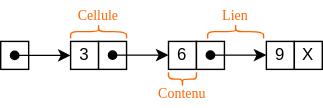
Before: prog/prog/images/listes/liste_terminologie.svg, a diagram exported from draw.io (diu-uf-bordeaux/bloc4). Source tidied: cells renumbered, new cells last; positions are measured from the earlier drawing's top-left corner, leaving out a move shared by most shapes. Its diagram source:
```xml
<mxGraphModel>
  <root>
    <mxCell id="0" />
    <mxCell id="1" parent="0" />
    <mxCell id="2" style="rounded=0;whiteSpace=wrap;html=1;align=center;" parent="1" vertex="1">
      <mxGeometry y="29" width="20" height="20" as="geometry" />
    </mxCell>
    <mxCell id="3" value="3" style="rounded=0;whiteSpace=wrap;html=1;align=center;" parent="1" vertex="1">
      <mxGeometry x="50" y="29" width="20" height="20" as="geometry" />
    </mxCell>
    <mxCell id="4" style="rounded=0;whiteSpace=wrap;html=1;align=center;" parent="1" vertex="1">
      <mxGeometry x="70" y="29" width="20" height="20" as="geometry" />
    </mxCell>
    <mxCell id="5" value="6" style="rounded=0;whiteSpace=wrap;html=1;align=center;" parent="1" vertex="1">
      <mxGeometry x="120" y="29" width="20" height="20" as="geometry" />
    </mxCell>
    <mxCell id="6" style="rounded=0;whiteSpace=wrap;html=1;align=center;" parent="1" vertex="1">
      <mxGeometry x="140" y="29" width="20" height="20" as="geometry" />
    </mxCell>
    <mxCell id="7" style="endArrow=classic;html=1;startArrow=oval;startFill=1;" parent="1" edge="1" target="3">
      <mxGeometry relative="1" as="geometry">
        <mxPoint x="10" y="39" as="sourcePoint" />
      </mxGeometry>
    </mxCell>
    <mxCell id="8" style="endArrow=classic;html=1;startArrow=oval;startFill=1;" parent="1" edge="1">
      <mxGeometry relative="1" as="geometry">
        <mxPoint x="80" y="38.8" as="sourcePoint" />
        <mxPoint x="120" y="38.8" as="targetPoint" />
      </mxGeometry>
    </mxCell>
    <mxCell id="9" value="9" style="rounded=0;whiteSpace=wrap;html=1;align=center;" parent="1" vertex="1">
      <mxGeometry x="190" y="29" width="20" height="20" as="geometry" />
    </mxCell>
    <mxCell id="10" value="X" style="rounded=0;whiteSpace=wrap;html=1;align=center;" parent="1" vertex="1">
      <mxGeometry x="210" y="29" width="20" height="20" as="geometry" />
    </mxCell>
    <mxCell id="11" style="endArrow=classic;html=1;startArrow=oval;startFill=1;" parent="1" edge="1">
      <mxGeometry relative="1" as="geometry">
        <mxPoint x="150" y="38.8" as="sourcePoint" />
        <mxPoint x="190" y="38.8" as="targetPoint" />
      </mxGeometry>
    </mxCell>
    <mxCell id="12" value="Cellule" style="text;html=1;strokeColor=none;fillColor=none;align=center;verticalAlign=middle;whiteSpace=wrap;rounded=0;fontColor=#ff6600;fontStyle=0;fontFamily=Source Sans Pro;FType=g;fontSize=10;" parent="1" vertex="1">
      <mxGeometry x="50" width="40" height="20" as="geometry" />
    </mxCell>
    <mxCell id="13" style="shape=curlyBracket;whiteSpace=wrap;html=1;rounded=1;fontColor=#FF6600;rotation=90;size=0.5;strokeColor=#FF6600;" parent="1" vertex="1">
      <mxGeometry x="65" y="2" width="10" height="40" as="geometry" />
    </mxCell>
    <mxCell id="14" style="shape=curlyBracket;whiteSpace=wrap;html=1;rounded=1;fontColor=#FF6600;rotation=-90;size=0.5;strokeColor=#FF6600;" parent="1" vertex="1">
      <mxGeometry x="125" y="46" width="10" height="20" as="geometry" />
    </mxCell>
    <mxCell id="15" value="Contenu" style="text;html=1;strokeColor=none;fillColor=none;align=center;verticalAlign=middle;whiteSpace=wrap;rounded=0;fontColor=#ff6600;fontStyle=0;fontFamily=Source Sans Pro;FType=g;fontSize=10;" parent="1" vertex="1">
      <mxGeometry x="110" y="56" width="40" height="20" as="geometry" />
    </mxCell>
    <mxCell id="16" style="shape=curlyBracket;whiteSpace=wrap;html=1;rounded=1;fontColor=#FF6600;rotation=90;size=0.5;strokeColor=#FF6600;" parent="1" vertex="1">
      <mxGeometry x="163" y="2" width="10" height="40" as="geometry" />
    </mxCell>
    <mxCell id="17" value="Lien" style="text;html=1;strokeColor=none;fillColor=none;align=center;verticalAlign=middle;whiteSpace=wrap;rounded=0;fontColor=#ff6600;fontStyle=0;fontFamily=Source Sans Pro;FType=g;fontSize=10;" parent="1" vertex="1">
      <mxGeometry x="148" width="40" height="20" as="geometry" />
    </mxCell>
  </root>
</mxGraphModel>
```
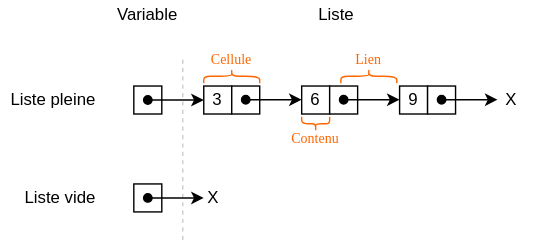
After the commit.

The edit, as a diff of the source:
```diff
@@ -31,7 +31,7 @@
     <mxCell id="9" value="9" style="rounded=0;whiteSpace=wrap;html=1;align=center;" parent="1" vertex="1">
       <mxGeometry x="190" y="29" width="20" height="20" as="geometry" />
     </mxCell>
-    <mxCell id="10" value="X" style="rounded=0;whiteSpace=wrap;html=1;align=center;" parent="1" vertex="1">
+    <mxCell id="10" style="rounded=0;whiteSpace=wrap;html=1;align=center;" parent="1" vertex="1">
       <mxGeometry x="210" y="29" width="20" height="20" as="geometry" />
     </mxCell>
     <mxCell id="11" style="endArrow=classic;html=1;startArrow=oval;startFill=1;" parent="1" edge="1">
@@ -58,5 +58,44 @@
     <mxCell id="17" value="Lien" style="text;html=1;strokeColor=none;fillColor=none;align=center;verticalAlign=middle;whiteSpace=wrap;rounded=0;fontColor=#ff6600;fontStyle=0;fontFamily=Source Sans Pro;FType=g;fontSize=10;" parent="1" vertex="1">
       <mxGeometry x="148" width="40" height="20" as="geometry" />
     </mxCell>
+    <mxCell id="18" value="Variable" style="text;html=1;strokeColor=none;fillColor=none;align=center;verticalAlign=middle;whiteSpace=wrap;rounded=0;" parent="1" vertex="1">
+      <mxGeometry x="-25" y="-32" width="70" height="20" as="geometry" />
+    </mxCell>
+    <mxCell id="19" style="rounded=0;whiteSpace=wrap;html=1;align=center;" parent="1" vertex="1">
+      <mxGeometry y="99" width="20" height="20" as="geometry" />
+    </mxCell>
+    <mxCell id="20" style="endArrow=classic;html=1;startArrow=oval;startFill=1;" parent="1" edge="1">
+      <mxGeometry relative="1" as="geometry">
+        <mxPoint x="10" y="109" as="sourcePoint" />
+        <mxPoint x="50" y="109" as="targetPoint" />
+      </mxGeometry>
+    </mxCell>
+    <mxCell id="21" value="X" style="text;html=1;strokeColor=none;fillColor=none;align=left;verticalAlign=middle;whiteSpace=wrap;rounded=0;" parent="1" vertex="1">
+      <mxGeometry x="51" y="99" width="40" height="20" as="geometry" />
+    </mxCell>
+    <mxCell id="22" style="endArrow=classic;html=1;startArrow=oval;startFill=1;" parent="1" edge="1">
+      <mxGeometry relative="1" as="geometry">
+        <mxPoint x="220" y="38.8" as="sourcePoint" />
+        <mxPoint x="260" y="38.8" as="targetPoint" />
+      </mxGeometry>
+    </mxCell>
+    <mxCell id="23" value="X" style="text;html=1;strokeColor=none;fillColor=none;align=left;verticalAlign=middle;whiteSpace=wrap;rounded=0;" parent="1" vertex="1">
+      <mxGeometry x="264" y="29" width="40" height="20" as="geometry" />
+    </mxCell>
+    <mxCell id="24" style="endArrow=none;html=1;dashed=1;opacity=20;" parent="1" edge="1">
+      <mxGeometry relative="1" as="geometry">
+        <mxPoint x="35" y="139" as="sourcePoint" />
+        <mxPoint x="35" y="9" as="targetPoint" />
+      </mxGeometry>
+    </mxCell>
+    <mxCell id="25" value="Liste" style="text;html=1;strokeColor=none;fillColor=none;align=center;verticalAlign=middle;whiteSpace=wrap;rounded=0;" parent="1" vertex="1">
+      <mxGeometry x="110" y="-32" width="70" height="20" as="geometry" />
+    </mxCell>
+    <mxCell id="26" value="Liste pleine" style="text;html=1;strokeColor=none;fillColor=none;align=right;verticalAlign=middle;whiteSpace=wrap;rounded=0;" parent="1" vertex="1">
+      <mxGeometry x="-95" y="29" width="70" height="20" as="geometry" />
+    </mxCell>
+    <mxCell id="27" value="Liste vide" style="text;html=1;strokeColor=none;fillColor=none;align=right;verticalAlign=middle;whiteSpace=wrap;rounded=0;" parent="1" vertex="1">
+      <mxGeometry x="-95" y="99" width="70" height="20" as="geometry" />
+    </mxCell>
   </root>
 </mxGraphModel>
```
